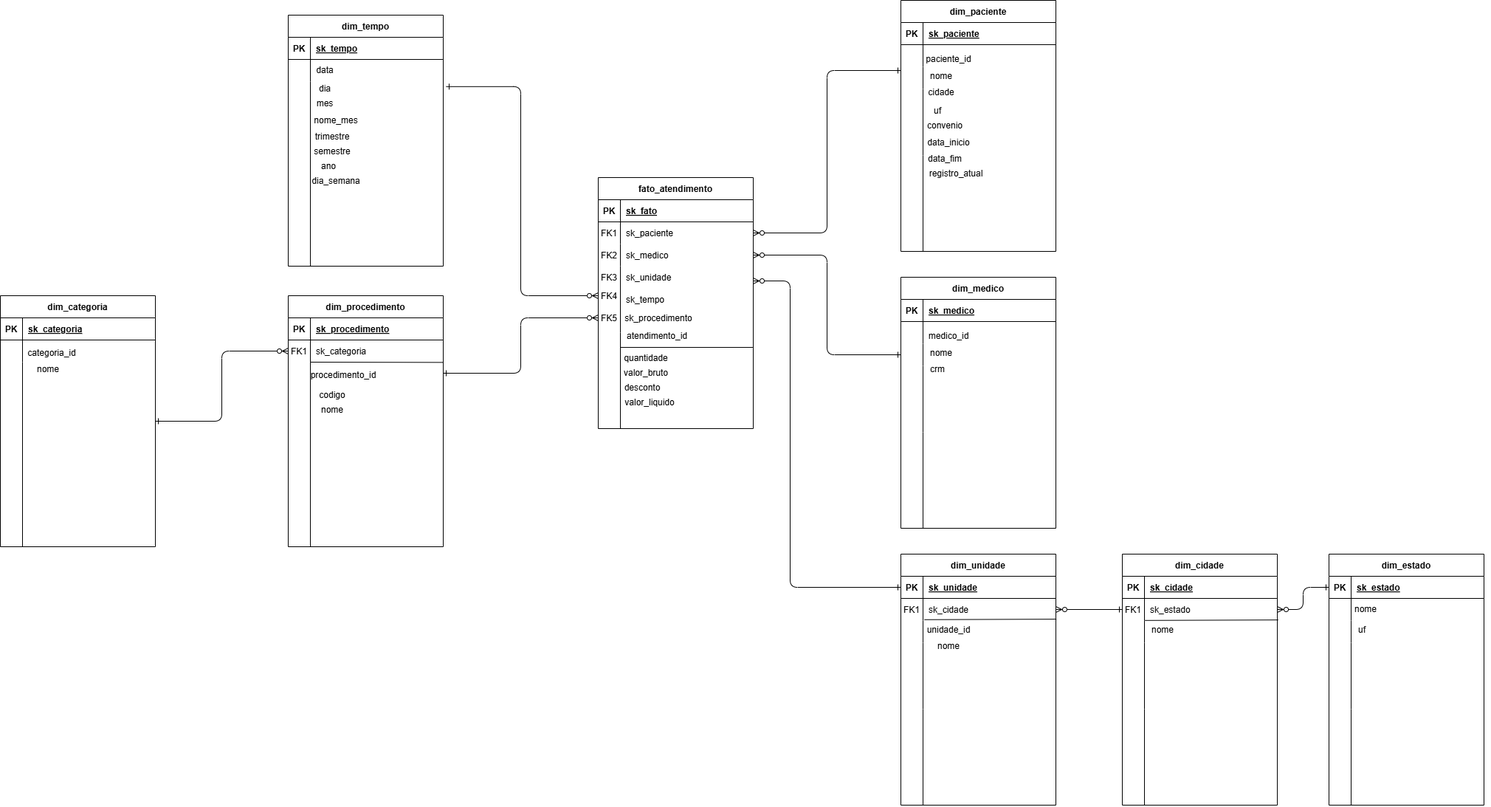
The draw.io diagram docs/Diagramas/Modelo_Floco_de_Neve.drawio.png in bd2-equipe6/clinica-medica, before a commit. Source tidied: cells renumbered, new cells last; positions are measured from the earlier drawing's top-left corner, leaving out a move shared by most shapes.
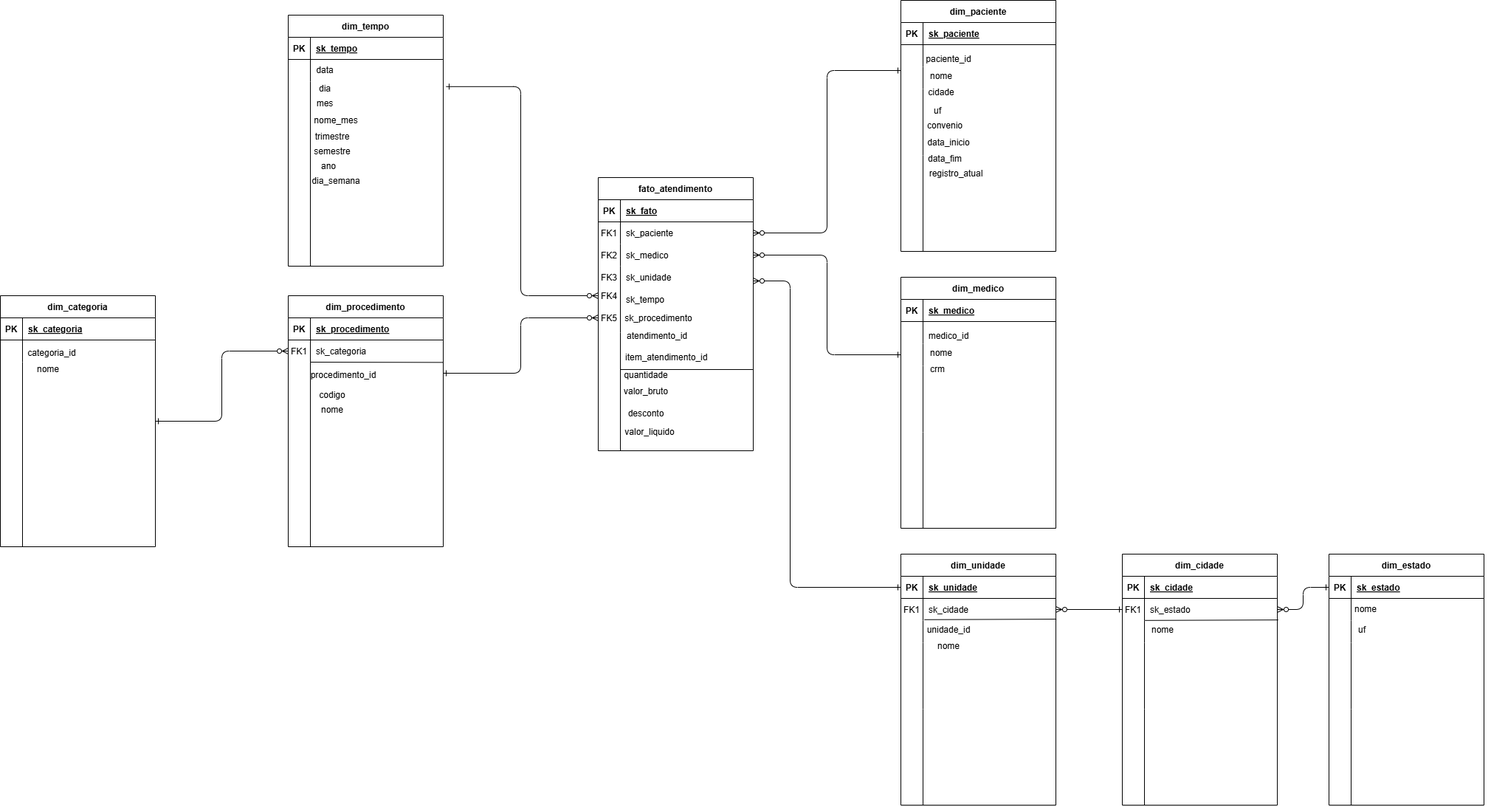
The same file after the commit.

Commit message:
Atualização dos diagramas

What changed in the source:
```diff
@@ -12,7 +12,7 @@
       </mxGeometry>
     </mxCell>
     <mxCell id="3" value="fato_atendimento" style="shape=table;startSize=30;rowLines=0;fontStyle=1;align=center;" parent="1" vertex="1">
-      <mxGeometry x="810" y="240" width="210" height="340" as="geometry" />
+      <mxGeometry x="810" y="240" width="210" height="370" as="geometry" />
     </mxCell>
     <mxCell id="4" style="shape=partialRectangle;fillColor=none;top=0;left=0;right=0;bottom=1;" parent="3" vertex="1">
       <mxGeometry y="30" width="210" height="30" as="geometry" />
@@ -72,32 +72,26 @@
       <mxGeometry x="835" y="415" width="230" height="30" as="geometry" />
     </mxCell>
     <mxCell id="22" value="quantidade" style="text;html=1;whiteSpace=wrap;strokeColor=none;fillColor=none;align=center;verticalAlign=middle;rounded=0;" parent="1" vertex="1">
-      <mxGeometry x="850" y="470" width="50" height="30" as="geometry" />
+      <mxGeometry x="850" y="493" width="50" height="30" as="geometry" />
     </mxCell>
     <mxCell id="23" value="valor_bruto" style="text;html=1;whiteSpace=wrap;strokeColor=none;fillColor=none;align=center;verticalAlign=middle;rounded=0;" parent="1" vertex="1">
-      <mxGeometry x="850" y="490" width="50" height="30" as="geometry" />
+      <mxGeometry x="850" y="515" width="50" height="30" as="geometry" />
     </mxCell>
     <mxCell id="24" value="desconto" style="text;html=1;whiteSpace=wrap;strokeColor=none;fillColor=none;align=center;verticalAlign=middle;rounded=0;" parent="1" vertex="1">
-      <mxGeometry x="840" y="510" width="60" height="30" as="geometry" />
+      <mxGeometry x="845" y="545" width="60" height="30" as="geometry" />
     </mxCell>
     <mxCell id="25" value="valor_liquido" style="text;html=1;whiteSpace=wrap;strokeColor=none;fillColor=none;align=center;verticalAlign=middle;rounded=0;" parent="1" vertex="1">
-      <mxGeometry x="850" y="530" width="60" height="30" as="geometry" />
+      <mxGeometry x="850" y="570" width="60" height="30" as="geometry" />
     </mxCell>
     <mxCell id="26" style="endArrow=none;html=1;rounded=0;defaultLabelBackgroundColor=page;labelPadding=0 4;" parent="1" edge="1">
       <mxGeometry relative="1" as="geometry">
         <mxPoint x="840" y="450" as="sourcePoint" />
-        <mxPoint x="840" y="580" as="targetPoint" />
+        <mxPoint x="840" y="610" as="targetPoint" />
       </mxGeometry>
     </mxCell>
     <mxCell id="27" value="atendimento_id" style="text;html=1;whiteSpace=wrap;strokeColor=none;fillColor=none;align=center;verticalAlign=middle;rounded=0;" parent="1" vertex="1">
       <mxGeometry x="860" y="440" width="60" height="30" as="geometry" />
     </mxCell>
-    <mxCell id="28" style="endArrow=none;html=1;rounded=0;defaultLabelBackgroundColor=page;labelPadding=0 4;" parent="1" edge="1">
-      <mxGeometry relative="1" as="geometry">
-        <mxPoint x="840" y="470" as="sourcePoint" />
-        <mxPoint x="1020" y="470" as="targetPoint" />
-      </mxGeometry>
-    </mxCell>
     <mxCell id="29" value="dim_tempo" style="shape=table;startSize=30;rowLines=0;fontStyle=1;align=center;" parent="1" vertex="1">
       <mxGeometry x="390" y="20" width="210" height="340" as="geometry" />
     </mxCell>
@@ -594,5 +588,14 @@
     <mxCell id="171" style="endArrow=ERzeroToMany;startArrow=ERone;endFill=1;startFill=0;exitX=0;exitY=0.5;exitDx=0;exitDy=0;edgeStyle=orthogonalEdgeStyle;entryX=1;entryY=0.5;entryDx=0;entryDy=0;" parent="1" edge="1" source="156" target="144">
       <mxGeometry x="0.72" relative="1" as="geometry" />
     </mxCell>
+    <mxCell id="172" value="item_atendimento_id" style="text;whiteSpace=wrap;html=1;" parent="1" vertex="1">
+      <mxGeometry x="845" y="470" width="140" height="40" as="geometry" />
+    </mxCell>
+    <mxCell id="173" style="endArrow=none;html=1;rounded=0;defaultLabelBackgroundColor=page;labelPadding=0 4;" parent="1" edge="1">
+      <mxGeometry relative="1" as="geometry">
+        <mxPoint x="840" y="500" as="sourcePoint" />
+        <mxPoint x="1020" y="500" as="targetPoint" />
+      </mxGeometry>
+    </mxCell>
   </root>
 </mxGraphModel>
```
